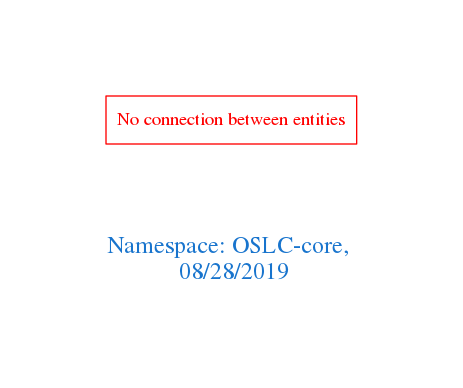
Earlier version of the Graphviz export downloads/OSLC-core.png (arago/OGIT). Its source is kept beside it as downloads/OSLC-core.dot.
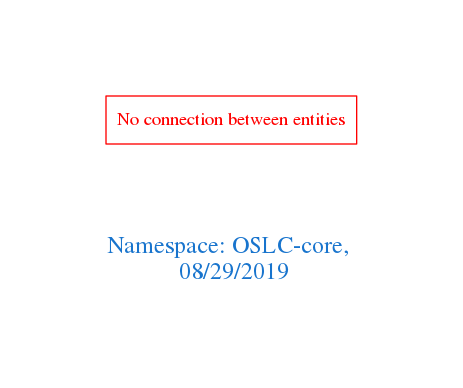
The same diagram one commit later.

What changed in the source:
```diff
@@ -1,7 +1,7 @@
 digraph OGIT_ontology {
  graph [ rankdir= LR,pad=1
 fontsize = 18,
-fontcolor= dodgerblue3,label = "\n\n\nNamespace: OSLC-core, \n 08/28/2019"];
+fontcolor= dodgerblue3,label = "\n\n\nNamespace: OSLC-core, \n 08/29/2019"];
 node[shape=polygon];
 edge [  color="gray81"];
 
```
